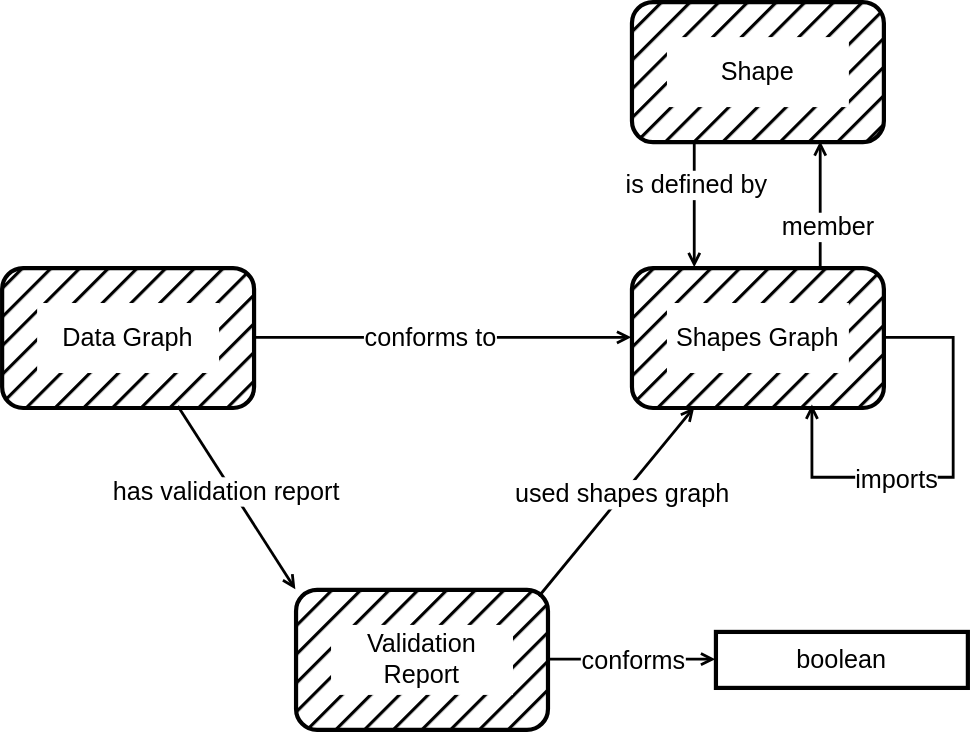
Above: shacl12-profiling/img/vocab.svg in w3c/data-shapes (draw.io), before the change. Source tidied: cells renumbered, new cells last; positions are measured from the earlier drawing's top-left corner, leaving out a move shared by most shapes.
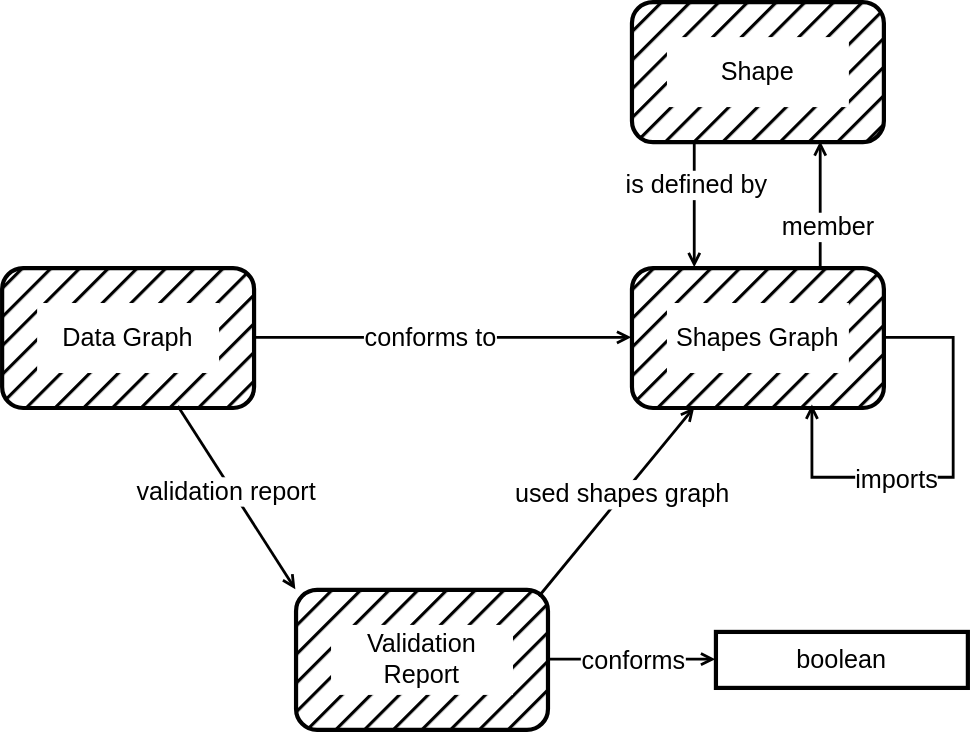
After the change.

Commit message:
align conformsTo defn

What changed in the source:
```diff
@@ -19,7 +19,7 @@
     <mxCell id="6" style="rounded=0;jettySize=auto;html=1;entryX=0;entryY=0;entryDx=0;entryDy=0;endArrow=open;endFill=0;strokeWidth=2;exitX=0.7;exitY=0.99;exitDx=0;exitDy=0;exitPerimeter=0;" parent="1" edge="1" source="17" target="14">
       <mxGeometry relative="1" as="geometry" />
     </mxCell>
-    <mxCell id="7" value="has validation report" style="edgeLabel;html=1;align=center;verticalAlign=middle;fontSize=18;" parent="6" vertex="1">
+    <mxCell id="7" value="validation report" style="edgeLabel;html=1;align=center;verticalAlign=middle;fontSize=18;" parent="6" vertex="1">
       <mxGeometry x="-0.24" y="2" relative="1" as="geometry">
         <mxPoint y="12" as="offset" />
       </mxGeometry>
```
